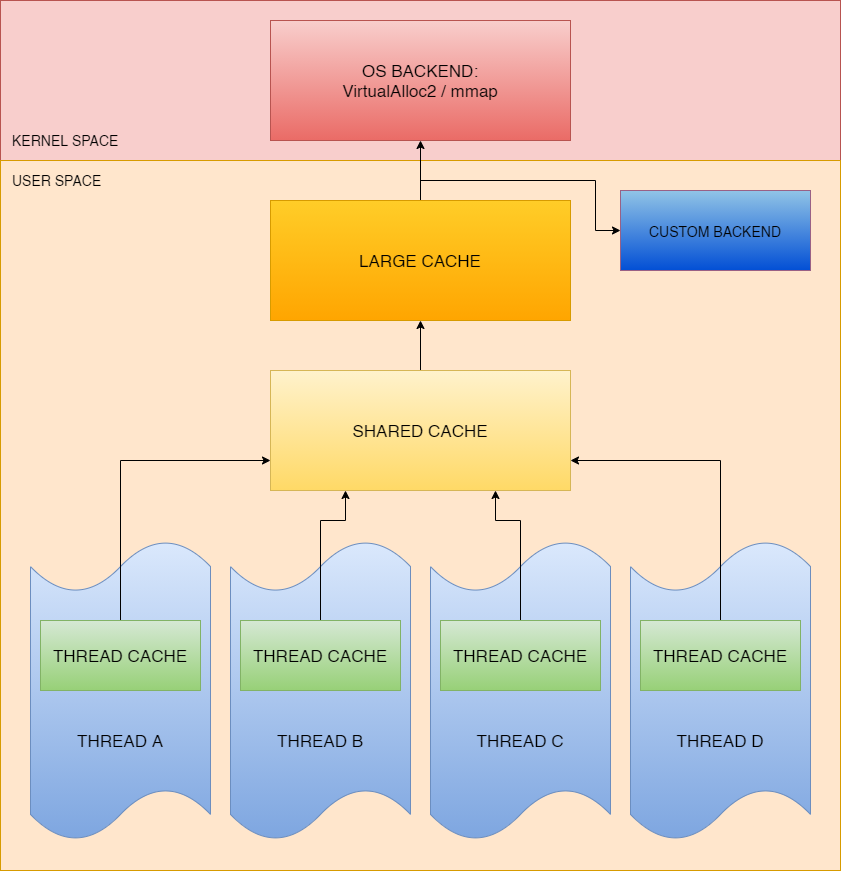
Earlier version of the draw.io export docs/overview.png (MarcelPiNacy/MPMalloc-Obsolete). Source tidied: cells renumbered, new cells last; positions are measured from the earlier drawing's top-left corner, leaving out a move shared by most shapes. Its diagram source:
```xml
<mxGraphModel>
  <root>
    <mxCell id="0" />
    <mxCell id="1" parent="0" />
    <mxCell id="2" style="rounded=0;whiteSpace=wrap;html=1;fillColor=#f8cecc;strokeColor=#b85450;" parent="1" vertex="1">
      <mxGeometry width="840" height="160" as="geometry" />
    </mxCell>
    <mxCell id="3" value="KERNEL SPACE" style="text;html=1;align=left;verticalAlign=middle;fontSize=14;fontStyle=0;" parent="1" vertex="1">
      <mxGeometry x="10" y="130" width="120" height="20" as="geometry" />
    </mxCell>
    <mxCell id="4" style="rounded=0;whiteSpace=wrap;html=1;fillColor=#ffe6cc;strokeColor=#d79b00;" parent="1" vertex="1">
      <mxGeometry y="160" width="840" height="710" as="geometry" />
    </mxCell>
    <mxCell id="5" value="USER SPACE" style="text;html=1;align=left;verticalAlign=middle;fontSize=14;fontStyle=0;" parent="1" vertex="1">
      <mxGeometry x="10" y="170" width="100" height="20" as="geometry" />
    </mxCell>
    <mxCell id="6" value="OS BACKEND:&lt;br&gt;VirtualAlloc2 / mmap" style="rounded=0;whiteSpace=wrap;html=1;fontSize=17;strokeColor=#b85450;fillColor=#f8cecc;gradientColor=#ea6b66;" parent="1" vertex="1">
      <mxGeometry x="270" y="20" width="300" height="120" as="geometry" />
    </mxCell>
    <mxCell id="7" style="edgeStyle=orthogonalEdgeStyle;rounded=0;jettySize=auto;html=1;exitX=0.5;exitY=0;exitDx=0;exitDy=0;entryX=0.5;entryY=1;entryDx=0;entryDy=0;fontSize=14;" parent="1" edge="1" source="9" target="6">
      <mxGeometry relative="1" as="geometry" />
    </mxCell>
    <mxCell id="8" style="edgeStyle=orthogonalEdgeStyle;rounded=0;jettySize=auto;html=1;exitX=0.5;exitY=0;exitDx=0;exitDy=0;entryX=0;entryY=0.5;entryDx=0;entryDy=0;fontSize=14;" parent="1" edge="1" source="9" target="24">
      <mxGeometry relative="1" as="geometry" />
    </mxCell>
    <mxCell id="9" value="LARGE CACHE" style="rounded=0;whiteSpace=wrap;html=1;fontSize=17;strokeColor=#d79b00;fillColor=#ffcd28;gradientColor=#ffa500;" parent="1" vertex="1">
      <mxGeometry x="270" y="200" width="300" height="120" as="geometry" />
    </mxCell>
    <mxCell id="10" style="edgeStyle=orthogonalEdgeStyle;rounded=0;jettySize=auto;html=1;exitX=0.5;exitY=0;exitDx=0;exitDy=0;entryX=0.5;entryY=1;entryDx=0;entryDy=0;fontSize=14;" parent="1" edge="1" source="11" target="9">
      <mxGeometry relative="1" as="geometry" />
    </mxCell>
    <mxCell id="11" value="SHARED CACHE" style="rounded=0;whiteSpace=wrap;html=1;fontSize=17;fillColor=#fff2cc;strokeColor=#d6b656;gradientColor=#ffd966;" parent="1" vertex="1">
      <mxGeometry x="270" y="370" width="300" height="120" as="geometry" />
    </mxCell>
    <mxCell id="12" value="&lt;br style=&quot;font-size: 17px&quot;&gt;&lt;br style=&quot;font-size: 17px&quot;&gt;&lt;br style=&quot;font-size: 17px&quot;&gt;&lt;br style=&quot;font-size: 17px&quot;&gt;&lt;br style=&quot;font-size: 17px&quot;&gt;THREAD A" style="shape=tape;whiteSpace=wrap;html=1;size=0.17391304347826086;fontSize=17;fillColor=#dae8fc;strokeColor=#6c8ebf;gradientColor=#7ea6e0;" parent="1" vertex="1">
      <mxGeometry x="30" y="540" width="180" height="300" as="geometry" />
    </mxCell>
    <mxCell id="13" style="edgeStyle=orthogonalEdgeStyle;rounded=0;jettySize=auto;html=1;exitX=0.5;exitY=0;exitDx=0;exitDy=0;entryX=0;entryY=0.75;entryDx=0;entryDy=0;fontSize=14;" parent="1" edge="1" source="14" target="11">
      <mxGeometry relative="1" as="geometry" />
    </mxCell>
    <mxCell id="14" value="THREAD CACHE" style="rounded=0;whiteSpace=wrap;html=1;fontSize=17;fillColor=#d5e8d4;strokeColor=#82b366;gradientColor=#97d077;" parent="1" vertex="1">
      <mxGeometry x="40" y="620" width="160" height="70" as="geometry" />
    </mxCell>
    <mxCell id="15" value="&lt;br style=&quot;font-size: 17px&quot;&gt;&lt;br style=&quot;font-size: 17px&quot;&gt;&lt;br style=&quot;font-size: 17px&quot;&gt;&lt;br style=&quot;font-size: 17px&quot;&gt;&lt;br style=&quot;font-size: 17px&quot;&gt;THREAD C" style="shape=tape;whiteSpace=wrap;html=1;size=0.17391304347826086;fontSize=17;fillColor=#dae8fc;strokeColor=#6c8ebf;gradientColor=#7ea6e0;" parent="1" vertex="1">
      <mxGeometry x="430" y="540" width="180" height="300" as="geometry" />
    </mxCell>
    <mxCell id="16" value="&lt;br style=&quot;font-size: 17px&quot;&gt;&lt;br style=&quot;font-size: 17px&quot;&gt;&lt;br style=&quot;font-size: 17px&quot;&gt;&lt;br style=&quot;font-size: 17px&quot;&gt;&lt;br style=&quot;font-size: 17px&quot;&gt;THREAD D" style="shape=tape;whiteSpace=wrap;html=1;size=0.17391304347826086;fontSize=17;fillColor=#dae8fc;strokeColor=#6c8ebf;gradientColor=#7ea6e0;" parent="1" vertex="1">
      <mxGeometry x="630" y="540" width="180" height="300" as="geometry" />
    </mxCell>
    <mxCell id="17" value="&lt;br style=&quot;font-size: 17px&quot;&gt;&lt;br style=&quot;font-size: 17px&quot;&gt;&lt;br style=&quot;font-size: 17px&quot;&gt;&lt;br style=&quot;font-size: 17px&quot;&gt;&lt;br style=&quot;font-size: 17px&quot;&gt;THREAD B" style="shape=tape;whiteSpace=wrap;html=1;size=0.17391304347826086;fontSize=17;fillColor=#dae8fc;strokeColor=#6c8ebf;gradientColor=#7ea6e0;" parent="1" vertex="1">
      <mxGeometry x="230" y="540" width="180" height="300" as="geometry" />
    </mxCell>
    <mxCell id="18" style="edgeStyle=orthogonalEdgeStyle;rounded=0;jettySize=auto;html=1;exitX=0.5;exitY=0;exitDx=0;exitDy=0;entryX=0.25;entryY=1;entryDx=0;entryDy=0;fontSize=14;" parent="1" edge="1" source="19" target="11">
      <mxGeometry relative="1" as="geometry">
        <Array as="points">
          <mxPoint x="320" y="520" />
          <mxPoint x="345" y="520" />
        </Array>
      </mxGeometry>
    </mxCell>
    <mxCell id="19" value="THREAD CACHE" style="rounded=0;whiteSpace=wrap;html=1;fontSize=17;fillColor=#d5e8d4;strokeColor=#82b366;gradientColor=#97d077;" parent="1" vertex="1">
      <mxGeometry x="240" y="620" width="160" height="70" as="geometry" />
    </mxCell>
    <mxCell id="20" style="edgeStyle=orthogonalEdgeStyle;rounded=0;jettySize=auto;html=1;exitX=0.5;exitY=0;exitDx=0;exitDy=0;entryX=0.75;entryY=1;entryDx=0;entryDy=0;fontSize=14;" parent="1" edge="1" source="21" target="11">
      <mxGeometry relative="1" as="geometry">
        <Array as="points">
          <mxPoint x="520" y="520" />
          <mxPoint x="495" y="520" />
        </Array>
      </mxGeometry>
    </mxCell>
    <mxCell id="21" value="THREAD CACHE" style="rounded=0;whiteSpace=wrap;html=1;fontSize=17;fillColor=#d5e8d4;strokeColor=#82b366;gradientColor=#97d077;" parent="1" vertex="1">
      <mxGeometry x="440" y="620" width="160" height="70" as="geometry" />
    </mxCell>
    <mxCell id="22" style="edgeStyle=orthogonalEdgeStyle;rounded=0;jettySize=auto;html=1;exitX=0.5;exitY=0;exitDx=0;exitDy=0;entryX=1;entryY=0.75;entryDx=0;entryDy=0;fontSize=14;" parent="1" edge="1" source="23" target="11">
      <mxGeometry relative="1" as="geometry" />
    </mxCell>
    <mxCell id="23" value="THREAD CACHE" style="rounded=0;whiteSpace=wrap;html=1;fontSize=17;fillColor=#d5e8d4;strokeColor=#82b366;gradientColor=#97d077;" parent="1" vertex="1">
      <mxGeometry x="640" y="620" width="160" height="70" as="geometry" />
    </mxCell>
    <mxCell id="24" value="&lt;font style=&quot;font-size: 14px&quot;&gt;CUSTOM BACKEND&lt;/font&gt;" style="rounded=0;whiteSpace=wrap;html=1;fontSize=17;strokeColor=#996185;fontStyle=0;fillColor=#91C4E6;gradientColor=#024FD5;" parent="1" vertex="1">
      <mxGeometry x="620" y="190" width="190" height="80" as="geometry" />
    </mxCell>
  </root>
</mxGraphModel>
```
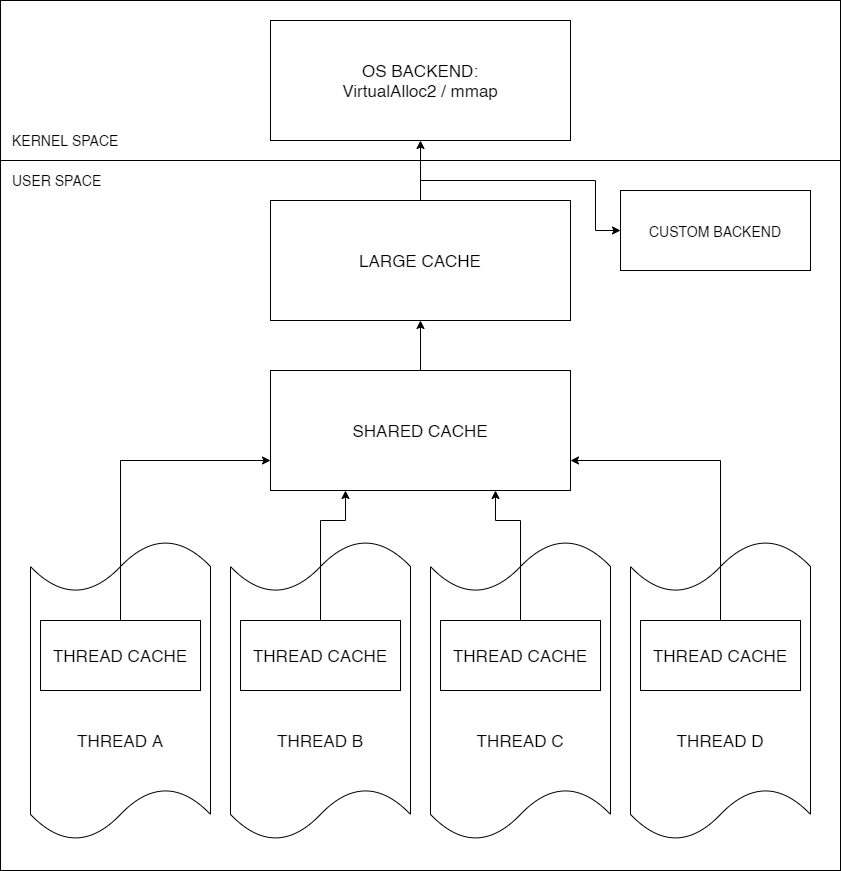
After the commit.

The edit, as a diff of the source:
```diff
@@ -2,19 +2,19 @@
   <root>
     <mxCell id="0" />
     <mxCell id="1" parent="0" />
-    <mxCell id="2" style="rounded=0;whiteSpace=wrap;html=1;fillColor=#f8cecc;strokeColor=#b85450;" parent="1" vertex="1">
+    <mxCell id="2" style="rounded=0;whiteSpace=wrap;html=1;" parent="1" vertex="1">
       <mxGeometry width="840" height="160" as="geometry" />
     </mxCell>
     <mxCell id="3" value="KERNEL SPACE" style="text;html=1;align=left;verticalAlign=middle;fontSize=14;fontStyle=0;" parent="1" vertex="1">
       <mxGeometry x="10" y="130" width="120" height="20" as="geometry" />
     </mxCell>
-    <mxCell id="4" style="rounded=0;whiteSpace=wrap;html=1;fillColor=#ffe6cc;strokeColor=#d79b00;" parent="1" vertex="1">
+    <mxCell id="4" style="rounded=0;whiteSpace=wrap;html=1;" parent="1" vertex="1">
       <mxGeometry y="160" width="840" height="710" as="geometry" />
     </mxCell>
     <mxCell id="5" value="USER SPACE" style="text;html=1;align=left;verticalAlign=middle;fontSize=14;fontStyle=0;" parent="1" vertex="1">
       <mxGeometry x="10" y="170" width="100" height="20" as="geometry" />
     </mxCell>
-    <mxCell id="6" value="OS BACKEND:&lt;br&gt;VirtualAlloc2 / mmap" style="rounded=0;whiteSpace=wrap;html=1;fontSize=17;strokeColor=#b85450;fillColor=#f8cecc;gradientColor=#ea6b66;" parent="1" vertex="1">
+    <mxCell id="6" value="OS BACKEND:&lt;br&gt;VirtualAlloc2 / mmap" style="rounded=0;whiteSpace=wrap;html=1;fontSize=17;" parent="1" vertex="1">
       <mxGeometry x="270" y="20" width="300" height="120" as="geometry" />
     </mxCell>
     <mxCell id="7" style="edgeStyle=orthogonalEdgeStyle;rounded=0;jettySize=auto;html=1;exitX=0.5;exitY=0;exitDx=0;exitDy=0;entryX=0.5;entryY=1;entryDx=0;entryDy=0;fontSize=14;" parent="1" edge="1" source="9" target="6">
@@ -23,31 +23,31 @@
     <mxCell id="8" style="edgeStyle=orthogonalEdgeStyle;rounded=0;jettySize=auto;html=1;exitX=0.5;exitY=0;exitDx=0;exitDy=0;entryX=0;entryY=0.5;entryDx=0;entryDy=0;fontSize=14;" parent="1" edge="1" source="9" target="24">
       <mxGeometry relative="1" as="geometry" />
     </mxCell>
-    <mxCell id="9" value="LARGE CACHE" style="rounded=0;whiteSpace=wrap;html=1;fontSize=17;strokeColor=#d79b00;fillColor=#ffcd28;gradientColor=#ffa500;" parent="1" vertex="1">
+    <mxCell id="9" value="LARGE CACHE" style="rounded=0;whiteSpace=wrap;html=1;fontSize=17;" parent="1" vertex="1">
       <mxGeometry x="270" y="200" width="300" height="120" as="geometry" />
     </mxCell>
     <mxCell id="10" style="edgeStyle=orthogonalEdgeStyle;rounded=0;jettySize=auto;html=1;exitX=0.5;exitY=0;exitDx=0;exitDy=0;entryX=0.5;entryY=1;entryDx=0;entryDy=0;fontSize=14;" parent="1" edge="1" source="11" target="9">
       <mxGeometry relative="1" as="geometry" />
     </mxCell>
-    <mxCell id="11" value="SHARED CACHE" style="rounded=0;whiteSpace=wrap;html=1;fontSize=17;fillColor=#fff2cc;strokeColor=#d6b656;gradientColor=#ffd966;" parent="1" vertex="1">
+    <mxCell id="11" value="SHARED CACHE" style="rounded=0;whiteSpace=wrap;html=1;fontSize=17;" parent="1" vertex="1">
       <mxGeometry x="270" y="370" width="300" height="120" as="geometry" />
     </mxCell>
-    <mxCell id="12" value="&lt;br style=&quot;font-size: 17px&quot;&gt;&lt;br style=&quot;font-size: 17px&quot;&gt;&lt;br style=&quot;font-size: 17px&quot;&gt;&lt;br style=&quot;font-size: 17px&quot;&gt;&lt;br style=&quot;font-size: 17px&quot;&gt;THREAD A" style="shape=tape;whiteSpace=wrap;html=1;size=0.17391304347826086;fontSize=17;fillColor=#dae8fc;strokeColor=#6c8ebf;gradientColor=#7ea6e0;" parent="1" vertex="1">
+    <mxCell id="12" value="&lt;br style=&quot;font-size: 17px&quot;&gt;&lt;br style=&quot;font-size: 17px&quot;&gt;&lt;br style=&quot;font-size: 17px&quot;&gt;&lt;br style=&quot;font-size: 17px&quot;&gt;&lt;br style=&quot;font-size: 17px&quot;&gt;THREAD A" style="shape=tape;whiteSpace=wrap;html=1;size=0.17391304347826086;fontSize=17;" parent="1" vertex="1">
       <mxGeometry x="30" y="540" width="180" height="300" as="geometry" />
     </mxCell>
     <mxCell id="13" style="edgeStyle=orthogonalEdgeStyle;rounded=0;jettySize=auto;html=1;exitX=0.5;exitY=0;exitDx=0;exitDy=0;entryX=0;entryY=0.75;entryDx=0;entryDy=0;fontSize=14;" parent="1" edge="1" source="14" target="11">
       <mxGeometry relative="1" as="geometry" />
     </mxCell>
-    <mxCell id="14" value="THREAD CACHE" style="rounded=0;whiteSpace=wrap;html=1;fontSize=17;fillColor=#d5e8d4;strokeColor=#82b366;gradientColor=#97d077;" parent="1" vertex="1">
+    <mxCell id="14" value="THREAD CACHE" style="rounded=0;whiteSpace=wrap;html=1;fontSize=17;" parent="1" vertex="1">
       <mxGeometry x="40" y="620" width="160" height="70" as="geometry" />
     </mxCell>
-    <mxCell id="15" value="&lt;br style=&quot;font-size: 17px&quot;&gt;&lt;br style=&quot;font-size: 17px&quot;&gt;&lt;br style=&quot;font-size: 17px&quot;&gt;&lt;br style=&quot;font-size: 17px&quot;&gt;&lt;br style=&quot;font-size: 17px&quot;&gt;THREAD C" style="shape=tape;whiteSpace=wrap;html=1;size=0.17391304347826086;fontSize=17;fillColor=#dae8fc;strokeColor=#6c8ebf;gradientColor=#7ea6e0;" parent="1" vertex="1">
+    <mxCell id="15" value="&lt;br style=&quot;font-size: 17px&quot;&gt;&lt;br style=&quot;font-size: 17px&quot;&gt;&lt;br style=&quot;font-size: 17px&quot;&gt;&lt;br style=&quot;font-size: 17px&quot;&gt;&lt;br style=&quot;font-size: 17px&quot;&gt;THREAD C" style="shape=tape;whiteSpace=wrap;html=1;size=0.17391304347826086;fontSize=17;" parent="1" vertex="1">
       <mxGeometry x="430" y="540" width="180" height="300" as="geometry" />
     </mxCell>
-    <mxCell id="16" value="&lt;br style=&quot;font-size: 17px&quot;&gt;&lt;br style=&quot;font-size: 17px&quot;&gt;&lt;br style=&quot;font-size: 17px&quot;&gt;&lt;br style=&quot;font-size: 17px&quot;&gt;&lt;br style=&quot;font-size: 17px&quot;&gt;THREAD D" style="shape=tape;whiteSpace=wrap;html=1;size=0.17391304347826086;fontSize=17;fillColor=#dae8fc;strokeColor=#6c8ebf;gradientColor=#7ea6e0;" parent="1" vertex="1">
+    <mxCell id="16" value="&lt;br style=&quot;font-size: 17px&quot;&gt;&lt;br style=&quot;font-size: 17px&quot;&gt;&lt;br style=&quot;font-size: 17px&quot;&gt;&lt;br style=&quot;font-size: 17px&quot;&gt;&lt;br style=&quot;font-size: 17px&quot;&gt;THREAD D" style="shape=tape;whiteSpace=wrap;html=1;size=0.17391304347826086;fontSize=17;" parent="1" vertex="1">
       <mxGeometry x="630" y="540" width="180" height="300" as="geometry" />
     </mxCell>
-    <mxCell id="17" value="&lt;br style=&quot;font-size: 17px&quot;&gt;&lt;br style=&quot;font-size: 17px&quot;&gt;&lt;br style=&quot;font-size: 17px&quot;&gt;&lt;br style=&quot;font-size: 17px&quot;&gt;&lt;br style=&quot;font-size: 17px&quot;&gt;THREAD B" style="shape=tape;whiteSpace=wrap;html=1;size=0.17391304347826086;fontSize=17;fillColor=#dae8fc;strokeColor=#6c8ebf;gradientColor=#7ea6e0;" parent="1" vertex="1">
+    <mxCell id="17" value="&lt;br style=&quot;font-size: 17px&quot;&gt;&lt;br style=&quot;font-size: 17px&quot;&gt;&lt;br style=&quot;font-size: 17px&quot;&gt;&lt;br style=&quot;font-size: 17px&quot;&gt;&lt;br style=&quot;font-size: 17px&quot;&gt;THREAD B" style="shape=tape;whiteSpace=wrap;html=1;size=0.17391304347826086;fontSize=17;" parent="1" vertex="1">
       <mxGeometry x="230" y="540" width="180" height="300" as="geometry" />
     </mxCell>
     <mxCell id="18" style="edgeStyle=orthogonalEdgeStyle;rounded=0;jettySize=auto;html=1;exitX=0.5;exitY=0;exitDx=0;exitDy=0;entryX=0.25;entryY=1;entryDx=0;entryDy=0;fontSize=14;" parent="1" edge="1" source="19" target="11">
@@ -58,7 +58,7 @@
         </Array>
       </mxGeometry>
     </mxCell>
-    <mxCell id="19" value="THREAD CACHE" style="rounded=0;whiteSpace=wrap;html=1;fontSize=17;fillColor=#d5e8d4;strokeColor=#82b366;gradientColor=#97d077;" parent="1" vertex="1">
+    <mxCell id="19" value="THREAD CACHE" style="rounded=0;whiteSpace=wrap;html=1;fontSize=17;" parent="1" vertex="1">
       <mxGeometry x="240" y="620" width="160" height="70" as="geometry" />
     </mxCell>
     <mxCell id="20" style="edgeStyle=orthogonalEdgeStyle;rounded=0;jettySize=auto;html=1;exitX=0.5;exitY=0;exitDx=0;exitDy=0;entryX=0.75;entryY=1;entryDx=0;entryDy=0;fontSize=14;" parent="1" edge="1" source="21" target="11">
@@ -69,16 +69,16 @@
         </Array>
       </mxGeometry>
     </mxCell>
-    <mxCell id="21" value="THREAD CACHE" style="rounded=0;whiteSpace=wrap;html=1;fontSize=17;fillColor=#d5e8d4;strokeColor=#82b366;gradientColor=#97d077;" parent="1" vertex="1">
+    <mxCell id="21" value="THREAD CACHE" style="rounded=0;whiteSpace=wrap;html=1;fontSize=17;" parent="1" vertex="1">
       <mxGeometry x="440" y="620" width="160" height="70" as="geometry" />
     </mxCell>
     <mxCell id="22" style="edgeStyle=orthogonalEdgeStyle;rounded=0;jettySize=auto;html=1;exitX=0.5;exitY=0;exitDx=0;exitDy=0;entryX=1;entryY=0.75;entryDx=0;entryDy=0;fontSize=14;" parent="1" edge="1" source="23" target="11">
       <mxGeometry relative="1" as="geometry" />
     </mxCell>
-    <mxCell id="23" value="THREAD CACHE" style="rounded=0;whiteSpace=wrap;html=1;fontSize=17;fillColor=#d5e8d4;strokeColor=#82b366;gradientColor=#97d077;" parent="1" vertex="1">
+    <mxCell id="23" value="THREAD CACHE" style="rounded=0;whiteSpace=wrap;html=1;fontSize=17;" parent="1" vertex="1">
       <mxGeometry x="640" y="620" width="160" height="70" as="geometry" />
     </mxCell>
-    <mxCell id="24" value="&lt;font style=&quot;font-size: 14px&quot;&gt;CUSTOM BACKEND&lt;/font&gt;" style="rounded=0;whiteSpace=wrap;html=1;fontSize=17;strokeColor=#996185;fontStyle=0;fillColor=#91C4E6;gradientColor=#024FD5;" parent="1" vertex="1">
+    <mxCell id="24" value="&lt;font style=&quot;font-size: 14px&quot;&gt;CUSTOM BACKEND&lt;/font&gt;" style="rounded=0;whiteSpace=wrap;html=1;fontSize=17;fontStyle=0;" parent="1" vertex="1">
       <mxGeometry x="620" y="190" width="190" height="80" as="geometry" />
     </mxCell>
   </root>
```
